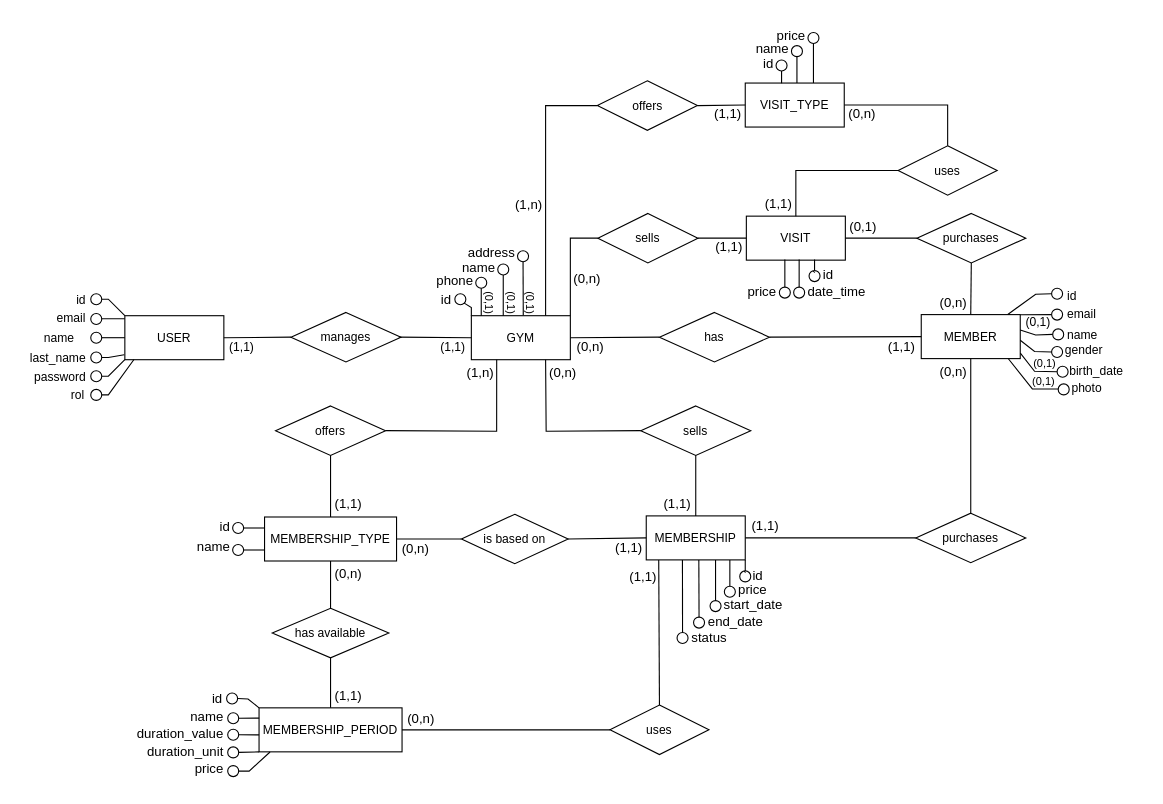
hdz-kevin/Trainly keeps this draw.io diagram as docs/conceptual-design.drawio. Above is the earlier version. Source tidied: cells renumbered, new cells numbered last; positions are measured from the earlier drawing's top-left corner, leaving out a move shared by most shapes. Both pictures are drawn from the tidied source at 110%, with x=0, y=0 at pixel (19, 19).
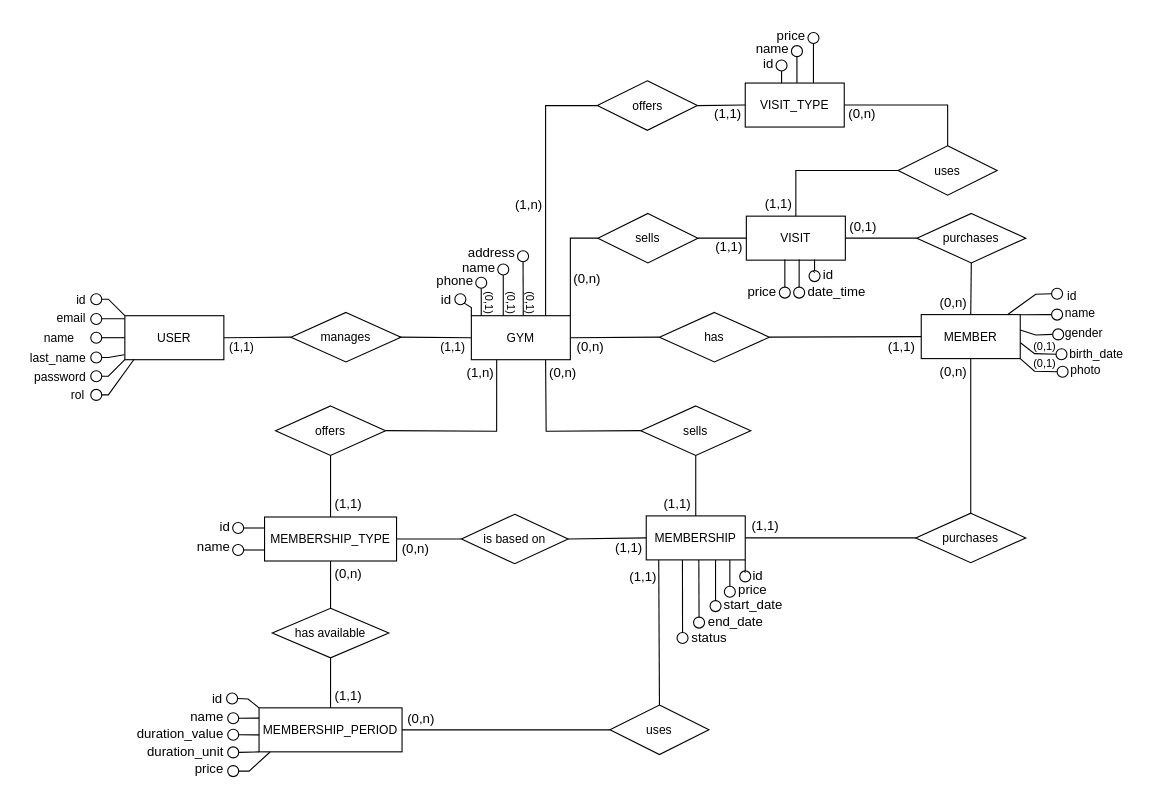
After the change.

Commit message (it also covers changes not shown here):
remove email from members table

The change refers to these unchanged cells:
```xml
<mxCell id="45" value="&lt;font&gt;MEMBER&lt;/font&gt;" style="rounded=0;whiteSpace=wrap;html=1;fillColor=none;fontSize=11;" parent="1" vertex="1">
  <mxGeometry x="820" y="268.5" width="90" height="40" as="geometry" />
</mxCell>
<mxCell id="58" style="ellipse;whiteSpace=wrap;html=1;fillColor=none;fontSize=11;" parent="1" vertex="1">
  <mxGeometry x="943.5" y="315.5" width="10" height="10" as="geometry" />
</mxCell>
```

Change to the diagram source:
```diff
@@
-    <mxCell id="48" value="email" style="text;html=1;align=left;verticalAlign=middle;strokeColor=none;fillColor=none;fontSize=11;" parent="1" vertex="1">
-      <mxGeometry x="951" y="252.5" width="50" height="30" as="geometry" />
-    </mxCell>
@@
-    <mxCell id="52" style="endArrow=none;html=1;rounded=0;entryX=0;entryY=0.5;entryDx=0;entryDy=0;exitX=1;exitY=0.782;exitDx=0;exitDy=0;fontSize=11;exitPerimeter=0;" parent="1" edge="1" target="54">
+    <mxCell id="52" style="endArrow=none;html=1;rounded=0;entryX=0;entryY=0.5;entryDx=0;entryDy=0;exitX=1.002;exitY=0.64;exitDx=0;exitDy=0;fontSize=11;exitPerimeter=0;" parent="1" edge="1" source="45" target="54">
       <mxGeometry relative="1" as="geometry">
-        <mxPoint x="910" y="291.8" as="sourcePoint" />
         <Array as="points">
-          <mxPoint x="923" y="302" />
+          <mxPoint x="923" y="304" />
         </Array>
       </mxGeometry>
     </mxCell>
     <mxCell id="53" value="name" style="text;html=1;align=left;verticalAlign=middle;strokeColor=none;fillColor=none;fontSize=11;" parent="1" vertex="1">
-      <mxGeometry x="950.5" y="271.5" width="50" height="30" as="geometry" />
+      <mxGeometry x="948.5" y="251.5" width="50" height="30" as="geometry" />
     </mxCell>
     <mxCell id="54" style="ellipse;whiteSpace=wrap;html=1;fillColor=none;fontSize=11;" parent="1" vertex="1">
-      <mxGeometry x="938.5" y="297.5" width="10" height="10" as="geometry" />
+      <mxGeometry x="942.5" y="299.5" width="10" height="10" as="geometry" />
     </mxCell>
@@
-    <mxCell id="57" style="endArrow=none;html=1;rounded=0;entryX=1.001;entryY=0.877;entryDx=0;entryDy=0;exitX=0;exitY=0.5;exitDx=0;exitDy=0;fontSize=11;entryPerimeter=0;" parent="1" edge="1" source="58" target="45">
+    <mxCell id="57" style="endArrow=none;html=1;rounded=0;entryX=1;entryY=1;entryDx=0;entryDy=0;exitX=0;exitY=0.5;exitDx=0;exitDy=0;fontSize=11;" parent="1" edge="1" source="58" target="45">
       <mxGeometry relative="1" as="geometry">
         <Array as="points">
           <mxPoint x="923" y="320" />
         </Array>
       </mxGeometry>
     </mxCell>
@@
     <mxCell id="59" value="gender" style="text;html=1;align=left;verticalAlign=middle;strokeColor=none;fillColor=none;fontSize=11;" parent="1" vertex="1">
-      <mxGeometry x="948.5" y="285.5" width="60" height="30" as="geometry" />
+      <mxGeometry x="948.5" y="269.5" width="60" height="30" as="geometry" />
     </mxCell>
-    <mxCell id="60" style="endArrow=none;html=1;rounded=0;entryX=0.88;entryY=1.004;entryDx=0;entryDy=0;fontSize=11;entryPerimeter=0;exitX=0.001;exitY=0.465;exitDx=0;exitDy=0;exitPerimeter=0;" parent="1" edge="1" source="61" target="45">
-      <mxGeometry relative="1" as="geometry">
-        <Array as="points">
-          <mxPoint x="921" y="336" />
-        </Array>
-      </mxGeometry>
-    </mxCell>
-    <mxCell id="61" style="ellipse;whiteSpace=wrap;html=1;fillColor=none;fontSize=11;" parent="1" vertex="1">
-      <mxGeometry x="944.5" y="331.5" width="10" height="10" as="geometry" />
-    </mxCell>
     <mxCell id="62" value="photo" style="text;html=1;align=left;verticalAlign=middle;strokeColor=none;fillColor=none;fontSize=11;" parent="1" vertex="1">
-      <mxGeometry x="955" y="322.5" width="46" height="25" as="geometry" />
+      <mxGeometry x="953.5" y="306.5" width="46" height="25" as="geometry" />
     </mxCell>
     <mxCell id="63" value="(0,1)" style="text;html=1;align=center;verticalAlign=middle;strokeColor=none;fillColor=none;fontSize=10;" parent="1" vertex="1">
-      <mxGeometry x="911.5" y="316.5" width="39" height="24" as="geometry" />
+      <mxGeometry x="912" y="300.5" width="39" height="24" as="geometry" />
     </mxCell>
@@
-    <mxCell id="173" value="(0,1)" style="text;html=1;align=center;verticalAlign=middle;strokeColor=none;fillColor=none;fontSize=11;" parent="1" vertex="1">
-      <mxGeometry x="901" y="259.5" width="50" height="30" as="geometry" />
-    </mxCell>
     <mxCell id="174" value="birth_date" style="text;html=1;align=left;verticalAlign=middle;strokeColor=none;fillColor=none;fontSize=11;" parent="1" vertex="1">
-      <mxGeometry x="953" y="304.5" width="70" height="30" as="geometry" />
+      <mxGeometry x="953" y="288.5" width="70" height="30" as="geometry" />
     </mxCell>
     <mxCell id="175" value="(0,1)" style="text;html=1;align=center;verticalAlign=middle;strokeColor=none;fillColor=none;fontSize=10;" parent="1" vertex="1">
-      <mxGeometry x="912" y="300.5" width="39" height="24" as="geometry" />
+      <mxGeometry x="912" y="284.5" width="39" height="24" as="geometry" />
     </mxCell>
```
